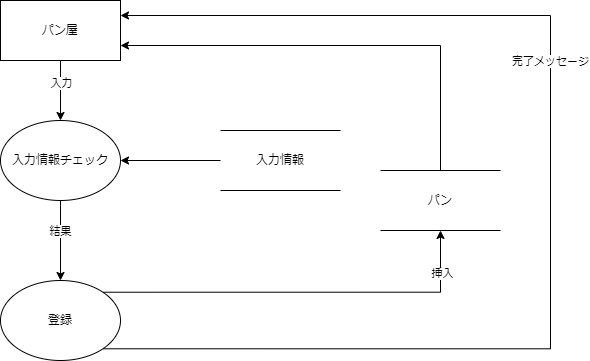
This is DFD/パン屋アカウント登録.drawio.png from Pyama1013/Sotsu.Gamen, a draw.io export, as it was before one commit. Source tidied: cells renumbered, new cells last; positions are measured from the earlier drawing's top-left corner, leaving out a move shared by most shapes.
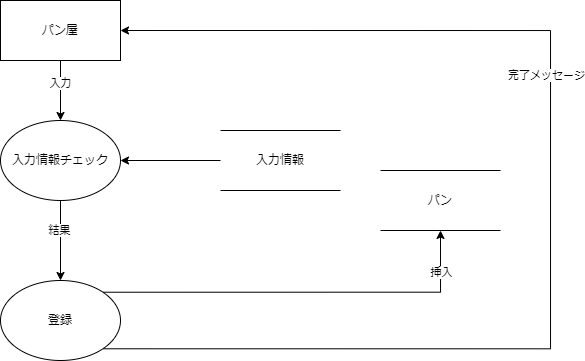
After the commit.

Commit message:
Update パン屋アカウント登録.drawio.png

Diff of the diagram source:
```diff
@@ -8,9 +8,6 @@
     <mxCell id="3" value="入力" style="edgeLabel;html=1;align=center;verticalAlign=middle;" parent="2" vertex="1">
       <mxGeometry x="-0.25" relative="1" as="geometry" />
     </mxCell>
-    <mxCell id="4" style="edgeStyle=orthogonalEdgeStyle;rounded=0;jettySize=auto;html=1;exitX=0.5;exitY=0;exitDx=0;exitDy=0;entryX=1;entryY=0.75;entryDx=0;entryDy=0;" parent="1" edge="1" source="16" target="5">
-      <mxGeometry relative="1" as="geometry" />
-    </mxCell>
     <mxCell id="5" value="パン屋" style="rounded=0;whiteSpace=wrap;html=1;" parent="1" vertex="1">
       <mxGeometry width="120" height="60" as="geometry" />
     </mxCell>
@@ -29,11 +26,11 @@
     <mxCell id="10" value="挿入" style="edgeLabel;html=1;align=center;verticalAlign=middle;" parent="9" vertex="1">
       <mxGeometry x="0.79" y="-1" relative="1" as="geometry" />
     </mxCell>
-    <mxCell id="11" style="edgeStyle=orthogonalEdgeStyle;rounded=0;jettySize=auto;html=1;exitX=1;exitY=1;exitDx=0;exitDy=0;entryX=1;entryY=0.25;entryDx=0;entryDy=0;" parent="1" edge="1" source="13" target="5">
+    <mxCell id="11" style="edgeStyle=orthogonalEdgeStyle;rounded=0;jettySize=auto;html=1;exitX=1;exitY=1;exitDx=0;exitDy=0;entryX=1;entryY=0.5;entryDx=0;entryDy=0;" parent="1" edge="1" source="13" target="5">
       <mxGeometry relative="1" as="geometry">
         <Array as="points">
           <mxPoint x="550" y="348" />
-          <mxPoint x="550" y="15" />
+          <mxPoint x="550" y="30" />
         </Array>
       </mxGeometry>
     </mxCell>
```
